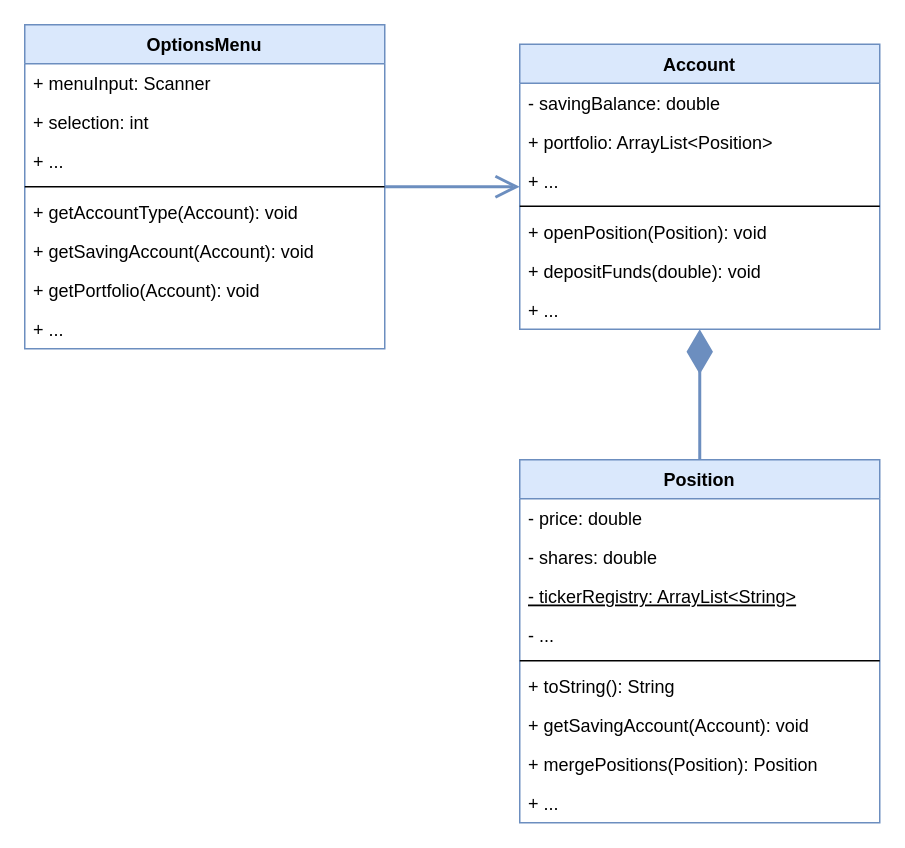
mykingdomforapawn/refactored-portfolio keeps this draw.io diagram as refactored_portfolio_class_diagram.drawio. Above is the earlier version. Source tidied: cells renumbered, new cells numbered last; positions are measured from the earlier drawing's top-left corner, leaving out a move shared by most shapes. Both pictures are drawn from the tidied source at 150%, with x=0, y=0 at pixel (24, 24).
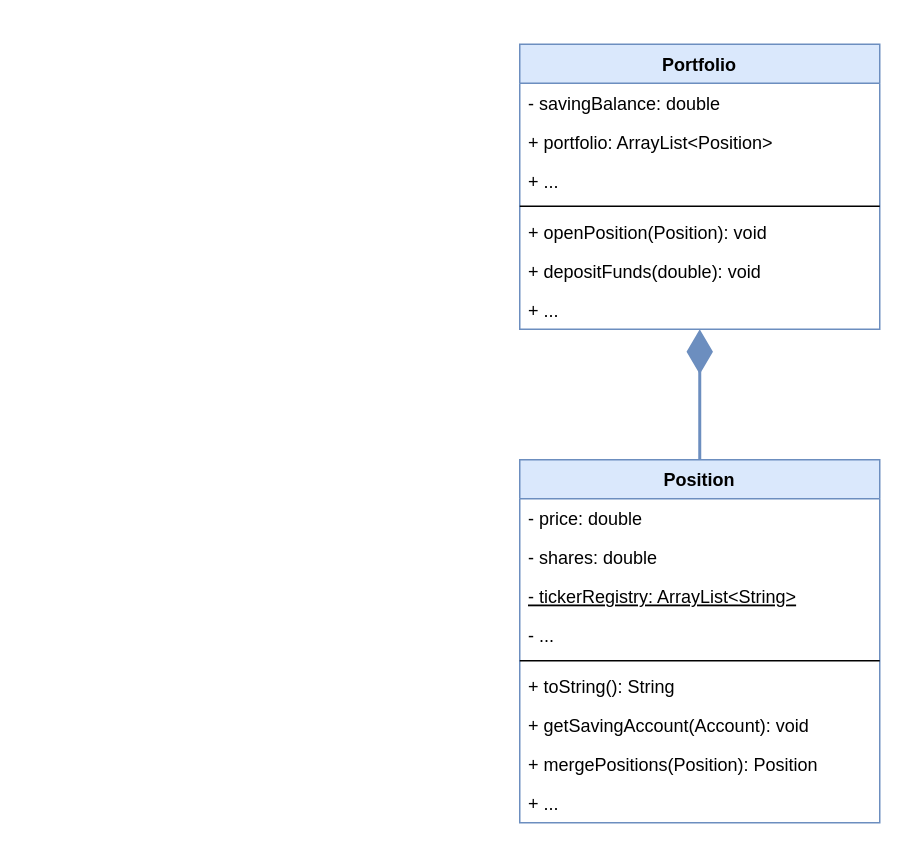
After the change.

What changed in the source:
```diff
@@
-    <mxCell id="2" value="OptionsMenu" style="swimlane;fontStyle=1;align=center;verticalAlign=top;horizontal=1;startSize=26;fillColor=#dae8fc;strokeColor=#6c8ebf;" parent="1" vertex="1">
-      <mxGeometry width="240" height="216" as="geometry" />
-    </mxCell>
-    <mxCell id="3" value="+ menuInput: Scanner" style="text;strokeColor=none;fillColor=none;align=left;verticalAlign=top;spacingLeft=4;spacingRight=4;overflow=hidden;" parent="2" vertex="1">
-      <mxGeometry y="26" width="240" height="26" as="geometry" />
-    </mxCell>
-    <mxCell id="4" value="+ selection: int" style="text;strokeColor=none;fillColor=none;align=left;verticalAlign=top;spacingLeft=4;spacingRight=4;overflow=hidden;" parent="2" vertex="1">
-      <mxGeometry y="52" width="240" height="26" as="geometry" />
-    </mxCell>
-    <mxCell id="5" value="+ ..." style="text;strokeColor=none;fillColor=none;align=left;verticalAlign=top;spacingLeft=4;spacingRight=4;overflow=hidden;" parent="2" vertex="1">
-      <mxGeometry y="78" width="240" height="26" as="geometry" />
-    </mxCell>
-    <mxCell id="6" style="line;strokeWidth=1;fillColor=none;align=left;verticalAlign=middle;spacingTop=-1;spacingLeft=3;spacingRight=3;labelPosition=right;" parent="2" vertex="1">
-      <mxGeometry y="104" width="240" height="8" as="geometry" />
-    </mxCell>
-    <mxCell id="7" value="+ getAccountType(Account): void" style="text;strokeColor=none;fillColor=none;align=left;verticalAlign=top;spacingLeft=4;spacingRight=4;overflow=hidden;" parent="2" vertex="1">
-      <mxGeometry y="112" width="240" height="26" as="geometry" />
-    </mxCell>
-    <mxCell id="8" value="+ getSavingAccount(Account): void" style="text;strokeColor=none;fillColor=none;align=left;verticalAlign=top;spacingLeft=4;spacingRight=4;overflow=hidden;" parent="2" vertex="1">
-      <mxGeometry y="138" width="240" height="26" as="geometry" />
-    </mxCell>
-    <mxCell id="9" value="+ getPortfolio(Account): void" style="text;strokeColor=none;fillColor=none;align=left;verticalAlign=top;spacingLeft=4;spacingRight=4;overflow=hidden;" parent="2" vertex="1">
-      <mxGeometry y="164" width="240" height="26" as="geometry" />
-    </mxCell>
-    <mxCell id="10" value="+ ..." style="text;strokeColor=none;fillColor=none;align=left;verticalAlign=top;spacingLeft=4;spacingRight=4;overflow=hidden;" parent="2" vertex="1">
-      <mxGeometry y="190" width="240" height="26" as="geometry" />
-    </mxCell>
-    <mxCell id="11" value="Account" style="swimlane;fontStyle=1;align=center;verticalAlign=top;horizontal=1;startSize=26;fillColor=#dae8fc;strokeColor=#6c8ebf;" parent="1" vertex="1">
+    <mxCell id="11" value="Portfolio" style="swimlane;fontStyle=1;align=center;verticalAlign=top;horizontal=1;startSize=26;fillColor=#dae8fc;strokeColor=#6c8ebf;" parent="1" vertex="1">
       <mxGeometry x="330" y="13" width="240" height="190" as="geometry" />
     </mxCell>
@@
-    <mxCell id="30" style="endArrow=open;endFill=1;endSize=12;html=1;rounded=0;fillColor=#dae8fc;strokeColor=#6c8ebf;strokeWidth=2;" parent="1" edge="1" source="2" target="11">
-      <mxGeometry relative="1" as="geometry" />
-    </mxCell>
```
